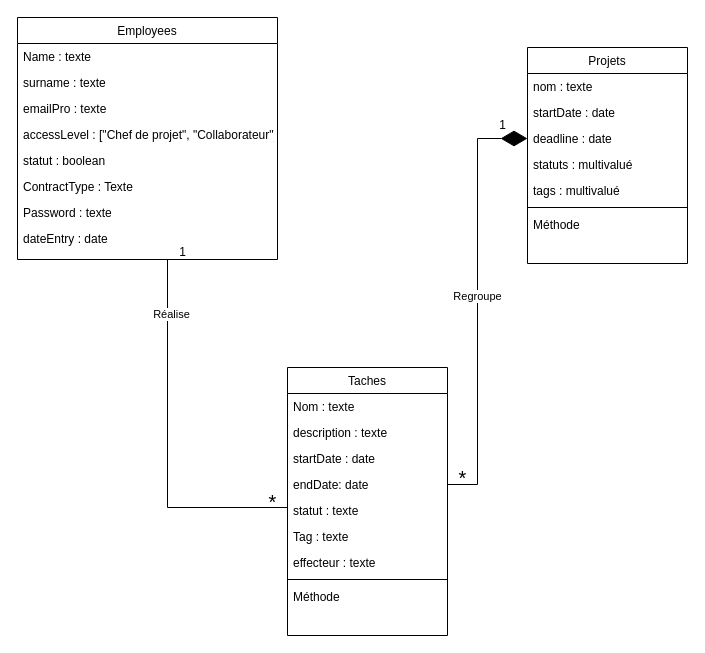
The draw.io diagram Diagramme sans nom.drawio in cbeauquel/OC_projet7, before the edit. Source tidied: cells renumbered, new cells numbered last; positions are measured from the earlier drawing's top-left corner, leaving out a move shared by most shapes. Both pictures are drawn from the tidied source at 100%, with x=0, y=0 at pixel (17, 17).
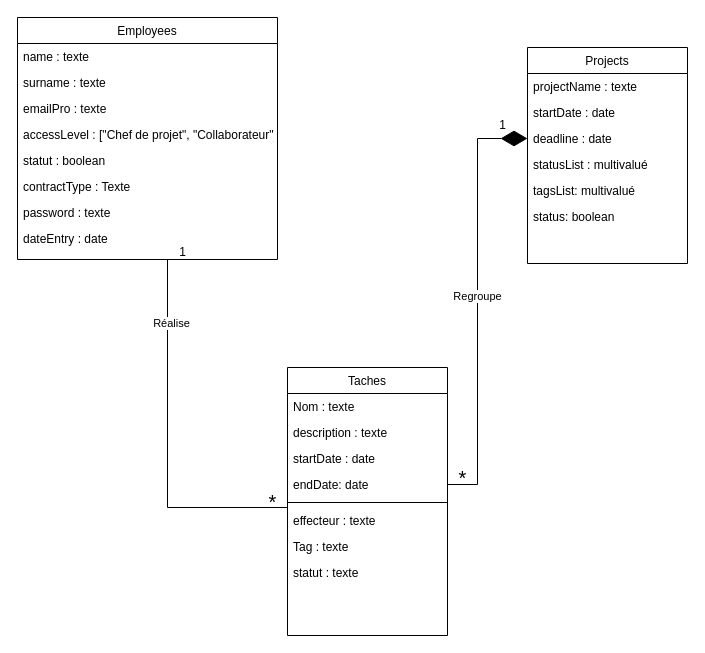
Above is the later version.

Commit message:
Mettre à jour Diagramme sans nom.drawio

Unchanged cells that the change refers to:
```xml
<mxCell id="2" value="Employees" style="swimlane;fontStyle=0;align=center;verticalAlign=top;horizontal=1;startSize=26;rounded=0;shadow=0;strokeWidth=1;" parent="1" vertex="1">
  <mxGeometry width="260" height="242" as="geometry" />
</mxCell>
<mxCell id="11" value="Taches" style="swimlane;fontStyle=0;align=center;verticalAlign=top;horizontal=1;startSize=26;rounded=0;shadow=0;strokeWidth=1;" parent="1" vertex="1">
  <mxGeometry x="270" y="350" width="160" height="268" as="geometry" />
</mxCell>
```

The edit, as a diff of the source:
```diff
@@
-    <mxCell id="3" value="Name : texte" style="text;align=left;verticalAlign=top;spacingLeft=4;spacingRight=4;overflow=hidden;" parent="2" vertex="1">
+    <mxCell id="3" value="name : texte" style="text;align=left;verticalAlign=top;spacingLeft=4;spacingRight=4;overflow=hidden;" parent="2" vertex="1">
       <mxGeometry y="26" width="260" height="26" as="geometry" />
     </mxCell>
@@
-    <mxCell id="8" value="ContractType : Texte" style="text;align=left;verticalAlign=top;spacingLeft=4;spacingRight=4;overflow=hidden;rounded=0;shadow=0;html=0;" parent="2" vertex="1">
+    <mxCell id="8" value="contractType : Texte" style="text;align=left;verticalAlign=top;spacingLeft=4;spacingRight=4;overflow=hidden;rounded=0;shadow=0;html=0;" parent="2" vertex="1">
       <mxGeometry y="156" width="260" height="26" as="geometry" />
     </mxCell>
-    <mxCell id="9" value="Password : texte" style="text;align=left;verticalAlign=top;spacingLeft=4;spacingRight=4;overflow=hidden;rounded=0;shadow=0;html=0;" parent="2" vertex="1">
+    <mxCell id="9" value="password : texte" style="text;align=left;verticalAlign=top;spacingLeft=4;spacingRight=4;overflow=hidden;rounded=0;shadow=0;html=0;" parent="2" vertex="1">
       <mxGeometry y="182" width="260" height="26" as="geometry" />
     </mxCell>
@@
-    <mxCell id="12" value="Nom : texte" style="text;align=left;verticalAlign=top;spacingLeft=4;spacingRight=4;overflow=hidden;" parent="11" vertex="1">
+    <mxCell id="12" value="Nom : texte" style="text;align=left;verticalAlign=top;spacingLeft=4;spacingRight=4;overflow=hidden;strokeColor=none;" parent="11" vertex="1">
       <mxGeometry y="26" width="160" height="26" as="geometry" />
     </mxCell>
@@
+    <mxCell id="37" style="line;strokeWidth=1;html=1;" parent="11" vertex="1">
+      <mxGeometry y="130" width="160" height="10" as="geometry" />
+    </mxCell>
+    <mxCell id="18" value="effecteur : texte" style="text;align=left;verticalAlign=top;spacingLeft=4;spacingRight=4;overflow=hidden;rounded=0;shadow=0;html=0;" parent="11" vertex="1">
+      <mxGeometry y="140" width="160" height="26" as="geometry" />
+    </mxCell>
+    <mxCell id="17" value="Tag : texte" style="text;align=left;verticalAlign=top;spacingLeft=4;spacingRight=4;overflow=hidden;rounded=0;shadow=0;html=0;" parent="11" vertex="1">
+      <mxGeometry y="166" width="160" height="26" as="geometry" />
+    </mxCell>
     <mxCell id="16" value="statut : texte" style="text;align=left;verticalAlign=top;spacingLeft=4;spacingRight=4;overflow=hidden;points=[[0,0.5],[1,0.5]];portConstraint=eastwest;rounded=0;shadow=0;html=0;" parent="11" vertex="1">
-      <mxGeometry y="130" width="160" height="26" as="geometry" />
+      <mxGeometry y="192" width="160" height="26" as="geometry" />
     </mxCell>
-    <mxCell id="17" value="Tag : texte" style="text;align=left;verticalAlign=top;spacingLeft=4;spacingRight=4;overflow=hidden;rounded=0;shadow=0;html=0;" parent="11" vertex="1">
-      <mxGeometry y="156" width="160" height="26" as="geometry" />
-    </mxCell>
-    <mxCell id="18" value="effecteur : texte" style="text;align=left;verticalAlign=top;spacingLeft=4;spacingRight=4;overflow=hidden;rounded=0;shadow=0;html=0;" parent="11" vertex="1">
-      <mxGeometry y="182" width="160" height="26" as="geometry" />
-    </mxCell>
-    <mxCell id="19" style="line;html=1;strokeWidth=1;align=left;verticalAlign=middle;spacingTop=-1;spacingLeft=3;spacingRight=3;labelPosition=right;" parent="11" vertex="1">
-      <mxGeometry y="208" width="160" height="8" as="geometry" />
-    </mxCell>
-    <mxCell id="20" value="Méthode" style="text;align=left;verticalAlign=top;spacingLeft=4;spacingRight=4;overflow=hidden;" parent="11" vertex="1">
-      <mxGeometry y="216" width="160" height="26" as="geometry" />
-    </mxCell>
@@
-    <mxCell id="23" value="Projets" style="swimlane;fontStyle=0;align=center;verticalAlign=top;horizontal=1;startSize=26;rounded=0;shadow=0;strokeWidth=1;" parent="1" vertex="1">
+    <mxCell id="23" value="Projects" style="swimlane;fontStyle=0;align=center;verticalAlign=top;horizontal=1;startSize=26;rounded=0;shadow=0;strokeWidth=1;" parent="1" vertex="1">
       <mxGeometry x="510" y="30" width="160" height="216" as="geometry" />
     </mxCell>
-    <mxCell id="24" value="nom : texte" style="text;align=left;verticalAlign=top;spacingLeft=4;spacingRight=4;overflow=hidden;" parent="23" vertex="1">
+    <mxCell id="24" value="projectName : texte" style="text;align=left;verticalAlign=top;spacingLeft=4;spacingRight=4;overflow=hidden;" parent="23" vertex="1">
       <mxGeometry y="26" width="160" height="26" as="geometry" />
     </mxCell>
@@
-    <mxCell id="27" value="statuts : multivalué" style="text;align=left;verticalAlign=top;spacingLeft=4;spacingRight=4;overflow=hidden;rounded=0;shadow=0;html=0;" parent="23" vertex="1">
+    <mxCell id="27" value="statusList : multivalué" style="text;align=left;verticalAlign=top;spacingLeft=4;spacingRight=4;overflow=hidden;rounded=0;shadow=0;html=0;" parent="23" vertex="1">
       <mxGeometry y="104" width="160" height="26" as="geometry" />
     </mxCell>
-    <mxCell id="28" value="tags : multivalué" style="text;align=left;verticalAlign=top;spacingLeft=4;spacingRight=4;overflow=hidden;rounded=0;shadow=0;html=0;" parent="23" vertex="1">
+    <mxCell id="28" value="tagsList: multivalué" style="text;align=left;verticalAlign=top;spacingLeft=4;spacingRight=4;overflow=hidden;rounded=0;shadow=0;html=0;" parent="23" vertex="1">
       <mxGeometry y="130" width="160" height="26" as="geometry" />
     </mxCell>
-    <mxCell id="29" style="line;html=1;strokeWidth=1;align=left;verticalAlign=middle;spacingTop=-1;spacingLeft=3;spacingRight=3;labelPosition=right;" parent="23" vertex="1">
-      <mxGeometry y="156" width="160" height="8" as="geometry" />
-    </mxCell>
-    <mxCell id="30" value="Méthode" style="text;align=left;verticalAlign=top;spacingLeft=4;spacingRight=4;overflow=hidden;" parent="23" vertex="1">
-      <mxGeometry y="164" width="160" height="26" as="geometry" />
-    </mxCell>
+    <mxCell id="38" value="status: boolean" style="text;align=left;verticalAlign=top;spacingLeft=4;spacingRight=4;overflow=hidden;rounded=0;shadow=0;html=0;" parent="23" vertex="1">
+      <mxGeometry y="156" width="160" height="26" as="geometry" />
+    </mxCell>
```
